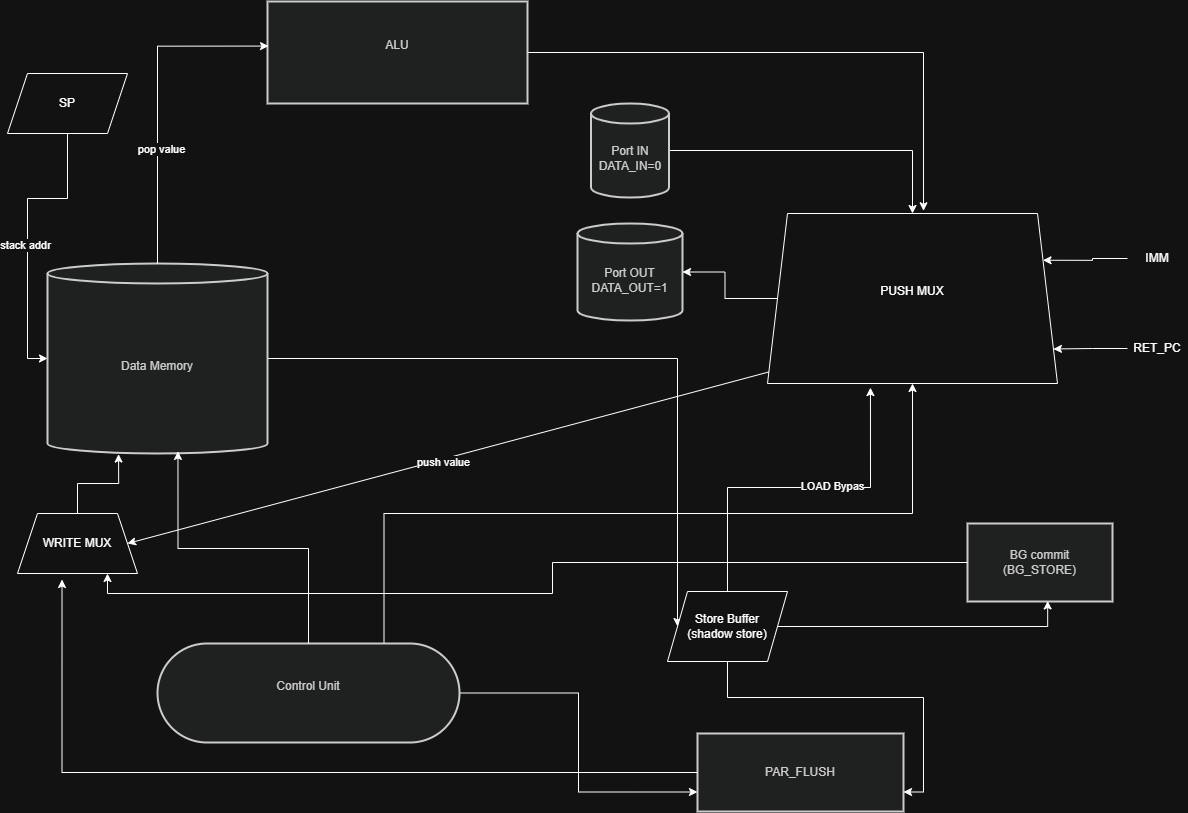
Above: sceme/Datapath.png in byTheTV/ak-lab4 (draw.io), before the change. Source tidied: cells renumbered, new cells last; positions are measured from the earlier drawing's top-left corner, leaving out a move shared by most shapes.
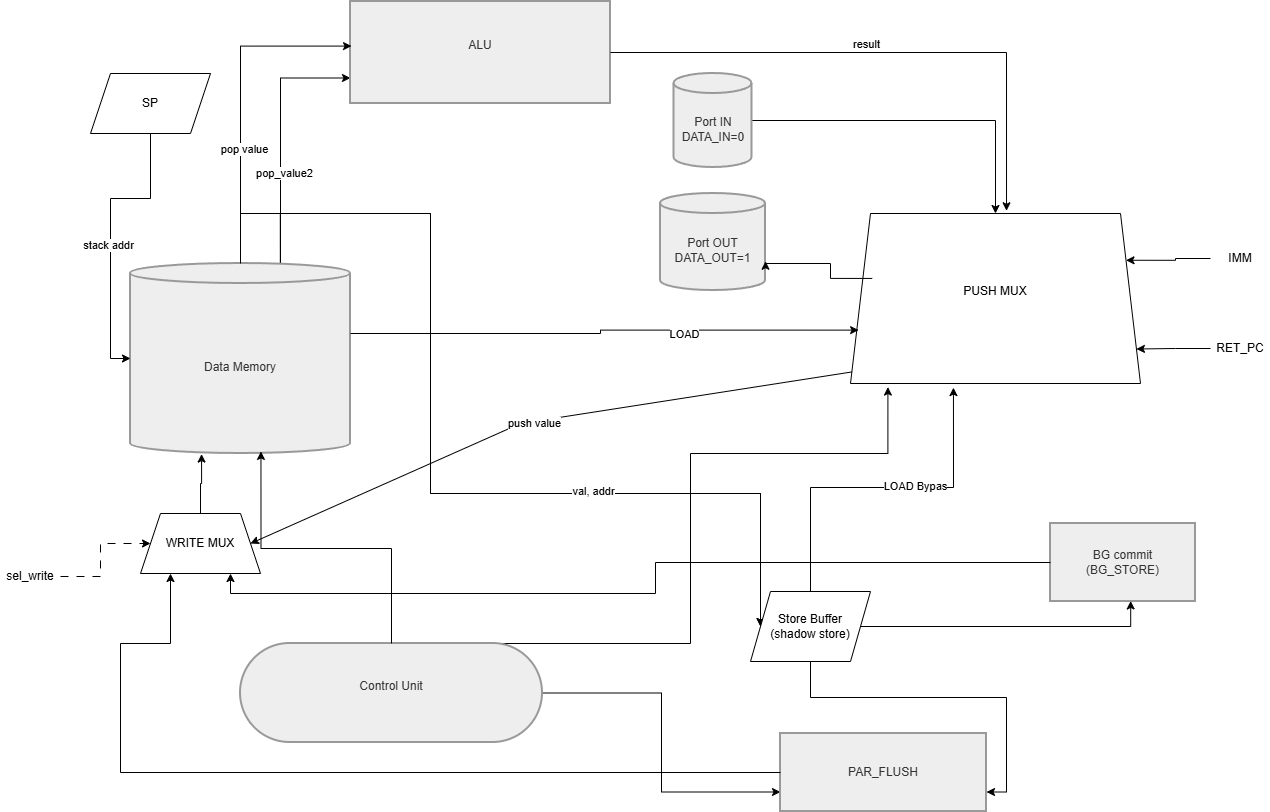
After the commit.

Change to the diagram source:
```diff
@@ -1,9 +1,15 @@
-<mxGraphModel>
+<mxGraphModel background="#ffffff">
   <root>
     <mxCell id="0" />
     <mxCell id="1" parent="0" />
-    <mxCell id="2" style="edgeStyle=orthogonalEdgeStyle;rounded=0;jettySize=auto;html=1;exitX=0.75;exitY=0;exitDx=0;exitDy=0;entryX=0.5;entryY=1;entryDx=0;entryDy=0;" parent="1" edge="1" source="4" target="13">
-      <mxGeometry relative="1" as="geometry" />
+    <mxCell id="2" style="edgeStyle=orthogonalEdgeStyle;rounded=0;jettySize=auto;html=1;exitX=0.75;exitY=0;exitDx=0;exitDy=0;entryX=0.129;entryY=1.021;entryDx=0;entryDy=0;entryPerimeter=0;" parent="1" edge="1" source="4" target="13">
+      <mxGeometry relative="1" as="geometry">
+        <Array as="points">
+          <mxPoint x="600" y="642" />
+          <mxPoint x="600" y="452" />
+          <mxPoint x="797" y="452" />
+        </Array>
+      </mxGeometry>
     </mxCell>
     <mxCell id="3" style="edgeStyle=orthogonalEdgeStyle;rounded=0;jettySize=auto;html=1;entryX=0;entryY=0.75;entryDx=0;entryDy=0;" parent="1" edge="1" source="4" target="12">
       <mxGeometry relative="1" as="geometry" />
@@ -15,14 +21,44 @@
       <mxGeometry relative="1" as="geometry" />
     </mxCell>
     <mxCell id="6" value="Port IN&#10;DATA_IN=0" style="shape=cylinder3;boundedLbl=1;backgroundOutline=1;size=10;strokeWidth=2;whiteSpace=wrap;fillColor=light-dark(#eeeeee,#1f2020);strokeColor=light-dark(#999999,#cccccc);fontColor=light-dark(#333333,#cccccc);" parent="1" vertex="1">
-      <mxGeometry x="583.5" y="102" width="78" height="94" as="geometry" />
+      <mxGeometry x="583.5" y="72" width="78" height="94" as="geometry" />
     </mxCell>
     <mxCell id="7" value="Port OUT&#10;DATA_OUT=1" style="shape=cylinder3;boundedLbl=1;backgroundOutline=1;size=10;strokeWidth=2;whiteSpace=wrap;fillColor=light-dark(#eeeeee,#1f2020);strokeColor=light-dark(#999999,#cccccc);fontColor=light-dark(#333333,#cccccc);" parent="1" vertex="1">
-      <mxGeometry x="570" y="222" width="105" height="97" as="geometry" />
+      <mxGeometry x="570" y="192" width="105" height="97" as="geometry" />
     </mxCell>
-    <mxCell id="8" style="edgeStyle=orthogonalEdgeStyle;rounded=0;jettySize=auto;html=1;entryX=0;entryY=0.5;entryDx=0;entryDy=0;" parent="1" edge="1" source="9" target="15">
-      <mxGeometry relative="1" as="geometry" />
+    <mxCell id="8" style="edgeStyle=orthogonalEdgeStyle;rounded=0;jettySize=auto;html=1;entryX=0;entryY=0.5;entryDx=0;entryDy=0;exitX=0.681;exitY=0.01;exitDx=0;exitDy=0;exitPerimeter=0;" parent="1" edge="1" source="9" target="15">
+      <mxGeometry relative="1" as="geometry">
+        <Array as="points">
+          <mxPoint x="190" y="212" />
+          <mxPoint x="340" y="212" />
+          <mxPoint x="340" y="492" />
+          <mxPoint x="670" y="492" />
+        </Array>
+      </mxGeometry>
     </mxCell>
+    <mxCell id="37" style="edgeStyle=orthogonalEdgeStyle;rounded=0;jettySize=auto;html=1;entryX=0;entryY=0.75;entryDx=0;entryDy=0;" parent="1" edge="1" source="9" target="10">
+      <mxGeometry relative="1" as="geometry">
+        <Array as="points">
+          <mxPoint x="190" y="77" />
+        </Array>
+      </mxGeometry>
+    </mxCell>
+    <mxCell id="38" value="pop_value2" style="edgeLabel;html=1;align=center;verticalAlign=middle;" parent="37" vertex="1">
+      <mxGeometry x="-0.28" y="-3" relative="1" as="geometry" />
+    </mxCell>
+    <mxCell id="39" style="edgeStyle=orthogonalEdgeStyle;rounded=0;jettySize=auto;html=1;entryX=0;entryY=0.5;entryDx=0;entryDy=0;exitX=0.5;exitY=0;exitDx=0;exitDy=0;exitPerimeter=0;" parent="1" edge="1" source="9" target="15">
+      <mxGeometry relative="1" as="geometry">
+        <Array as="points">
+          <mxPoint x="150" y="212" />
+          <mxPoint x="340" y="212" />
+          <mxPoint x="340" y="492" />
+          <mxPoint x="670" y="492" />
+        </Array>
+      </mxGeometry>
+    </mxCell>
+    <mxCell id="40" value="val, addr" style="edgeLabel;html=1;align=center;verticalAlign=middle;" parent="39" vertex="1">
+      <mxGeometry x="0.39" y="3" relative="1" as="geometry" />
+    </mxCell>
     <mxCell id="9" value="Data Memory" style="shape=cylinder3;boundedLbl=1;backgroundOutline=1;size=10;strokeWidth=2;whiteSpace=wrap;fillColor=light-dark(#eeeeee,#1f2020);strokeColor=light-dark(#999999,#cccccc);fontColor=light-dark(#333333,#cccccc);" parent="1" vertex="1">
       <mxGeometry x="40" y="262" width="220" height="190" as="geometry" />
     </mxCell>
@@ -50,15 +86,30 @@
     <mxCell id="17" value="SP" style="shape=parallelogram;perimeter=parallelogramPerimeter;whiteSpace=wrap;html=1;fixedSize=1;" parent="1" vertex="1">
       <mxGeometry y="72" width="120" height="60" as="geometry" />
     </mxCell>
-    <mxCell id="18" style="edgeStyle=orthogonalEdgeStyle;rounded=0;jettySize=auto;html=1;entryX=0.371;entryY=1.1;entryDx=0;entryDy=0;entryPerimeter=0;" parent="1" edge="1" source="12" target="35">
-      <mxGeometry relative="1" as="geometry" />
+    <mxCell id="18" style="edgeStyle=orthogonalEdgeStyle;rounded=0;jettySize=auto;html=1;entryX=0.25;entryY=1;entryDx=0;entryDy=0;" parent="1" edge="1" source="12" target="35">
+      <mxGeometry relative="1" as="geometry">
+        <Array as="points">
+          <mxPoint x="30" y="771" />
+          <mxPoint x="30" y="642" />
+          <mxPoint x="80" y="642" />
+        </Array>
+      </mxGeometry>
     </mxCell>
-    <mxCell id="19" style="edgeStyle=orthogonalEdgeStyle;rounded=0;jettySize=auto;html=1;entryX=1;entryY=0.5;entryDx=0;entryDy=0;entryPerimeter=0;" parent="1" edge="1" source="13" target="7">
-      <mxGeometry relative="1" as="geometry" />
+    <mxCell id="19" style="edgeStyle=orthogonalEdgeStyle;rounded=0;jettySize=auto;html=1;entryX=1;entryY=0;entryDx=0;entryDy=67.75;entryPerimeter=0;exitX=0.075;exitY=0.382;exitDx=0;exitDy=0;exitPerimeter=0;" parent="1" edge="1" source="13" target="7">
+      <mxGeometry relative="1" as="geometry">
+        <Array as="points">
+          <mxPoint x="740" y="277" />
+          <mxPoint x="740" y="262" />
+          <mxPoint x="675" y="262" />
+        </Array>
+      </mxGeometry>
     </mxCell>
     <mxCell id="20" style="edgeStyle=orthogonalEdgeStyle;rounded=0;jettySize=auto;html=1;entryX=0.538;entryY=-0.016;entryDx=0;entryDy=0;entryPerimeter=0;" parent="1" edge="1" source="10" target="13">
       <mxGeometry relative="1" as="geometry" />
     </mxCell>
+    <mxCell id="41" value="result" style="edgeLabel;html=1;align=center;verticalAlign=middle;" parent="20" vertex="1">
+      <mxGeometry x="-0.08" y="9" relative="1" as="geometry" />
+    </mxCell>
     <mxCell id="21" style="edgeStyle=orthogonalEdgeStyle;rounded=0;jettySize=auto;html=1;entryX=0.593;entryY=0.989;entryDx=0;entryDy=0;entryPerimeter=0;" parent="1" edge="1" source="4" target="9">
       <mxGeometry relative="1" as="geometry" />
     </mxCell>
@@ -96,16 +147,37 @@
       <mxGeometry relative="1" as="geometry" />
     </mxCell>
     <mxCell id="33" style="endArrow=classic;html=1;rounded=0;entryX=1;entryY=0.5;entryDx=0;entryDy=0;exitX=0.005;exitY=0.932;exitDx=0;exitDy=0;exitPerimeter=0;" parent="1" edge="1" source="13" target="35">
-      <mxGeometry relative="1" as="geometry" />
+      <mxGeometry relative="1" as="geometry">
+        <Array as="points">
+          <mxPoint x="430" y="422" />
+        </Array>
+      </mxGeometry>
     </mxCell>
     <mxCell id="34" value="push value" style="edgeLabel;html=1;align=center;verticalAlign=middle;" parent="33" vertex="1">
       <mxGeometry x="0.02" y="2" relative="1" as="geometry" />
     </mxCell>
     <mxCell id="35" value="WRITE MUX" style="shape=trapezoid;perimeter=trapezoidPerimeter;whiteSpace=wrap;html=1;fixedSize=1;" parent="1" vertex="1">
-      <mxGeometry x="10" y="512" width="120" height="60" as="geometry" />
+      <mxGeometry x="50" y="512" width="120" height="60" as="geometry" />
     </mxCell>
     <mxCell id="36" style="edgeStyle=orthogonalEdgeStyle;rounded=0;jettySize=auto;html=1;entryX=0.323;entryY=1.003;entryDx=0;entryDy=0;entryPerimeter=0;" parent="1" edge="1" source="35" target="9">
       <mxGeometry relative="1" as="geometry" />
     </mxCell>
+    <mxCell id="42" style="edgeStyle=orthogonalEdgeStyle;rounded=0;jettySize=auto;html=1;entryX=0.028;entryY=0.686;entryDx=0;entryDy=0;entryPerimeter=0;" parent="1" edge="1" source="9" target="13">
+      <mxGeometry relative="1" as="geometry">
+        <Array as="points">
+          <mxPoint x="510" y="332" />
+          <mxPoint x="510" y="329" />
+        </Array>
+      </mxGeometry>
+    </mxCell>
+    <mxCell id="43" value="LOAD" style="edgeLabel;html=1;align=center;verticalAlign=middle;" parent="42" vertex="1">
+      <mxGeometry x="0.32" y="-4" relative="1" as="geometry" />
+    </mxCell>
+    <mxCell id="44" style="edgeStyle=orthogonalEdgeStyle;rounded=0;jettySize=auto;html=1;entryX=0;entryY=0.5;entryDx=0;entryDy=0;dashed=1;dashPattern=8 8;" parent="1" edge="1" source="45" target="35">
+      <mxGeometry relative="1" as="geometry" />
+    </mxCell>
+    <mxCell id="45" value="sel_write" style="text;html=1;whiteSpace=wrap;strokeColor=none;fillColor=none;align=center;verticalAlign=middle;rounded=0;" parent="1" vertex="1">
+      <mxGeometry x="-90" y="560" width="60" height="30" as="geometry" />
+    </mxCell>
   </root>
 </mxGraphModel>
```
